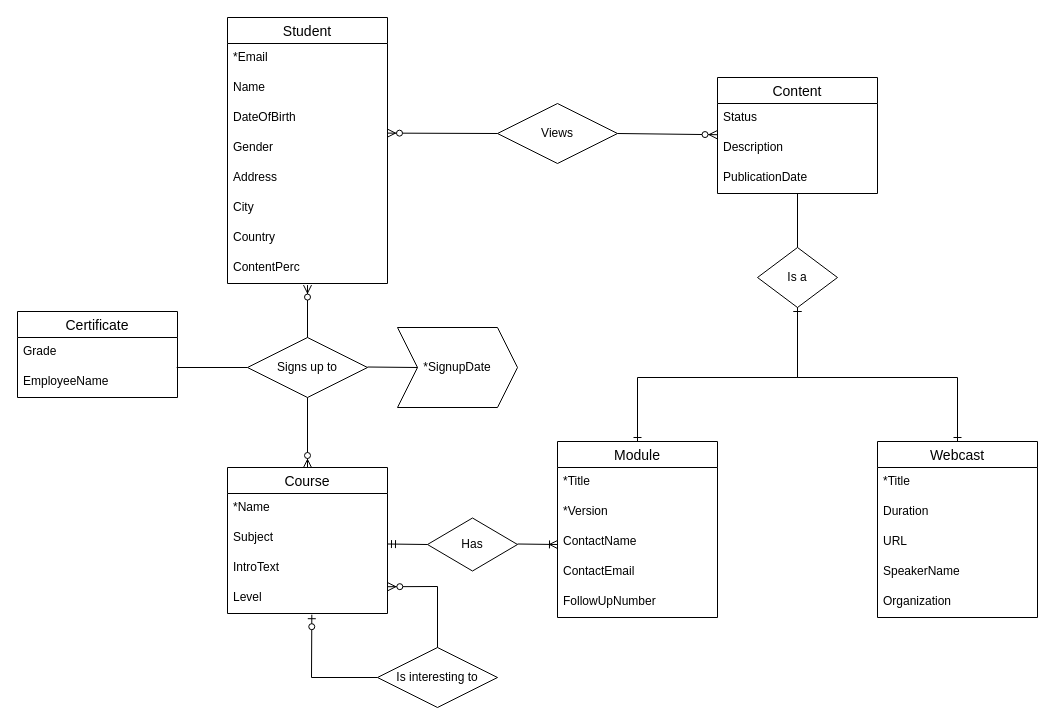
TeaDrinkingProgrammer/MRLS-programmeren2 keeps this draw.io diagram as Diagrammen/ERD.drawio. Above is the earlier version. Source tidied: cells renumbered, new cells numbered last; positions are measured from the earlier drawing's top-left corner, leaving out a move shared by most shapes. Both pictures are drawn from the tidied source at 100%, with x=0, y=0 at pixel (17, 17).
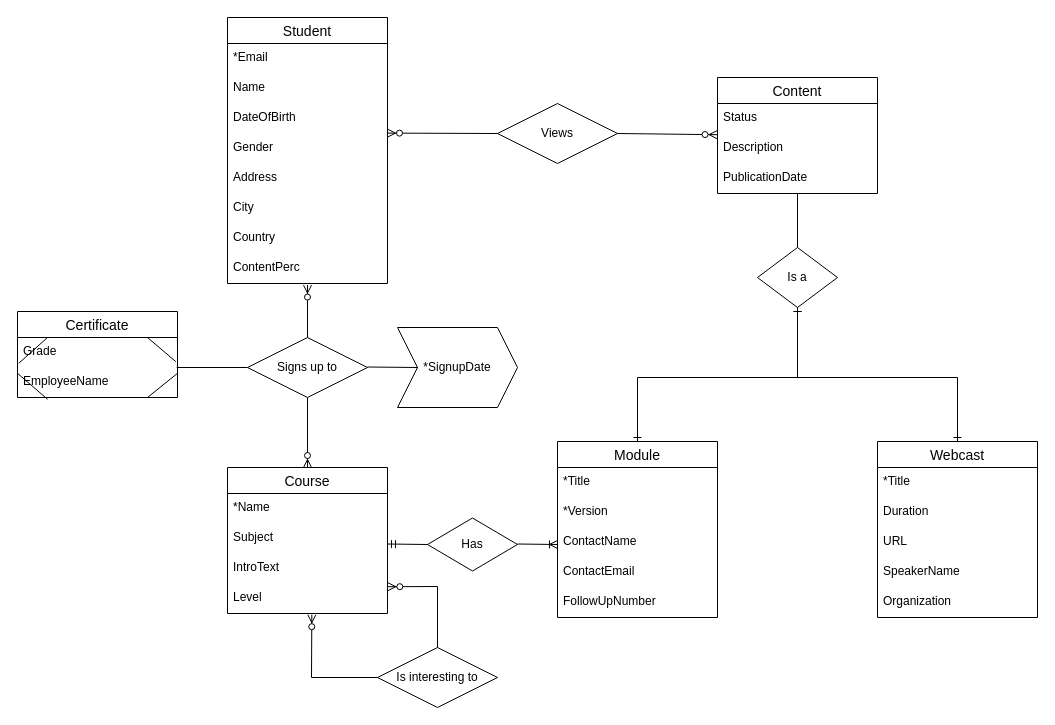
The same page after the edit.

Commit message (it also covers changes not shown here):
nieuwe diagrammen met feedback erbij

The change refers to these unchanged cells:
```xml
<mxCell id="26" value="Level" style="text;strokeColor=none;fillColor=none;spacingLeft=4;spacingRight=4;overflow=hidden;points=[[0,0.5],[1,0.5]];portConstraint=eastwest;fontSize=12;" parent="22" vertex="1">
  <mxGeometry y="116" width="160" height="30" as="geometry" />
</mxCell>
<mxCell id="48" value="Certificate" style="swimlane;fontStyle=0;horizontal=1;startSize=26;align=center;fontSize=14;" parent="1" vertex="1">
  <mxGeometry y="294" width="160" height="86" as="geometry" />
</mxCell>
<mxCell id="50" value="EmployeeName" style="text;strokeColor=none;fillColor=none;spacingLeft=4;spacingRight=4;overflow=hidden;points=[[0,0.5],[1,0.5]];portConstraint=eastwest;fontSize=12;" parent="48" vertex="1">
  <mxGeometry y="56" width="160" height="30" as="geometry" />
</mxCell>
<mxCell id="51" value="Is interesting to" style="shape=rhombus;perimeter=rhombusPerimeter;whiteSpace=wrap;html=1;align=center;" parent="1" vertex="1">
  <mxGeometry x="360" y="630" width="120" height="60" as="geometry" />
</mxCell>
```

Change to the diagram source:
```diff
@@
+    <mxCell id="54" style="endArrow=none;html=1;exitX=0.008;exitY=-0.14;exitDx=0;exitDy=0;exitPerimeter=0;" parent="48" edge="1">
+      <mxGeometry relative="1" as="geometry">
+        <mxPoint x="130" y="26" as="sourcePoint" />
+        <mxPoint x="158.4" y="50.2" as="targetPoint" />
+      </mxGeometry>
+    </mxCell>
@@
+    <mxCell id="55" style="endArrow=none;html=1;exitX=0.008;exitY=-0.14;exitDx=0;exitDy=0;exitPerimeter=0;" parent="48" edge="1" source="50">
+      <mxGeometry relative="1" as="geometry">
+        <mxPoint x="30" y="26" as="targetPoint" />
+      </mxGeometry>
+    </mxCell>
+    <mxCell id="56" style="endArrow=none;html=1;exitX=0.008;exitY=-0.14;exitDx=0;exitDy=0;exitPerimeter=0;entryX=0.188;entryY=1.06;entryDx=0;entryDy=0;entryPerimeter=0;" parent="48" edge="1" target="50">
+      <mxGeometry relative="1" as="geometry">
+        <mxPoint y="61.8" as="sourcePoint" />
+      </mxGeometry>
+    </mxCell>
@@
+    <mxCell id="57" style="endArrow=none;html=1;exitX=0.008;exitY=-0.14;exitDx=0;exitDy=0;exitPerimeter=0;" parent="48" edge="1">
+      <mxGeometry relative="1" as="geometry">
+        <mxPoint x="160" y="61.8" as="sourcePoint" />
+        <mxPoint x="130" y="86" as="targetPoint" />
+      </mxGeometry>
+    </mxCell>
@@
-    <mxCell id="52" style="endArrow=ERzeroToOne;html=1;rounded=0;exitX=0;exitY=0.5;exitDx=0;exitDy=0;entryX=0.527;entryY=1.04;entryDx=0;entryDy=0;entryPerimeter=0;startArrow=none;startFill=0;endFill=1;" parent="1" edge="1" source="51" target="26">
+    <mxCell id="52" style="endArrow=ERzeroToMany;html=1;rounded=0;exitX=0;exitY=0.5;exitDx=0;exitDy=0;entryX=0.527;entryY=1.04;entryDx=0;entryDy=0;entryPerimeter=0;startArrow=none;startFill=0;endFill=1;" parent="1" edge="1" source="51" target="26">
       <mxGeometry relative="1" as="geometry">
         <Array as="points">
           <mxPoint x="294" y="660" />
         </Array>
       </mxGeometry>
     </mxCell>
```
